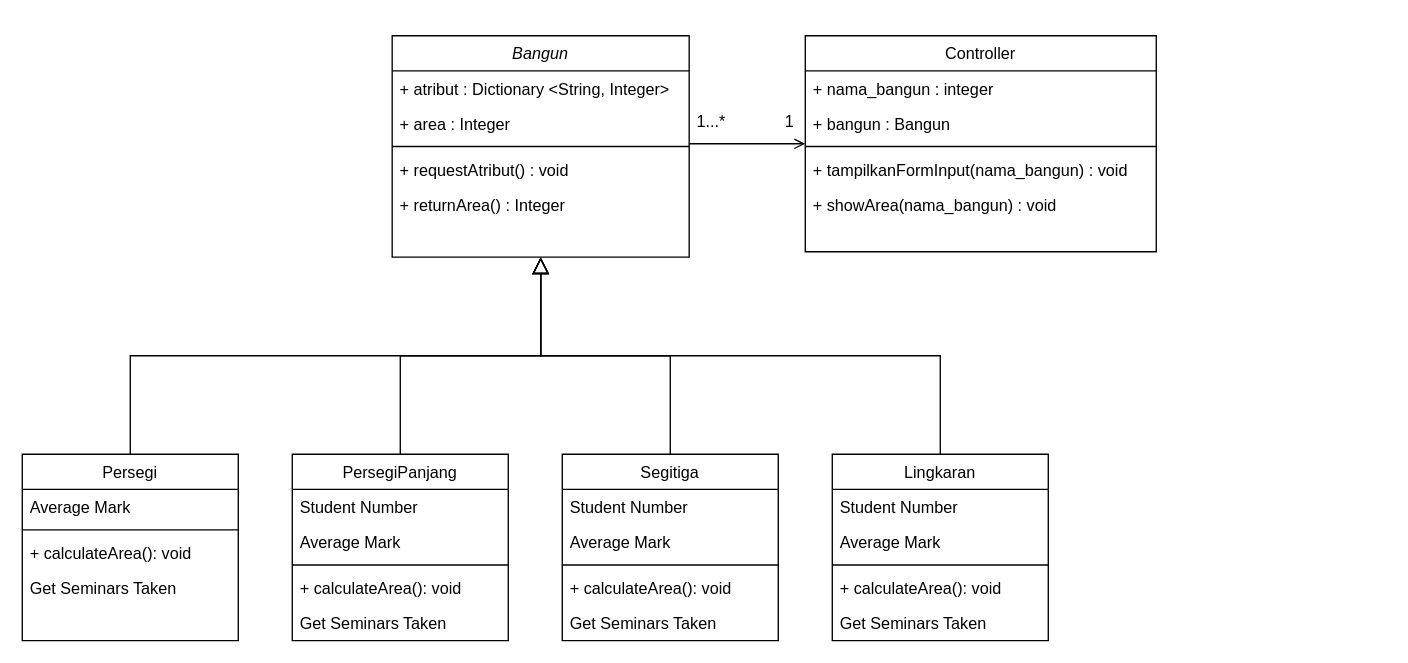
Above: APS_tugas5.drawio in ahmrh/diagrams.net (draw.io), before the change. Source tidied: cells renumbered, new cells numbered last; positions are measured from the earlier drawing's top-left corner, leaving out a move shared by most shapes. Both pictures are drawn from the tidied source at 135%, with x=0, y=0 at pixel (22, 35).
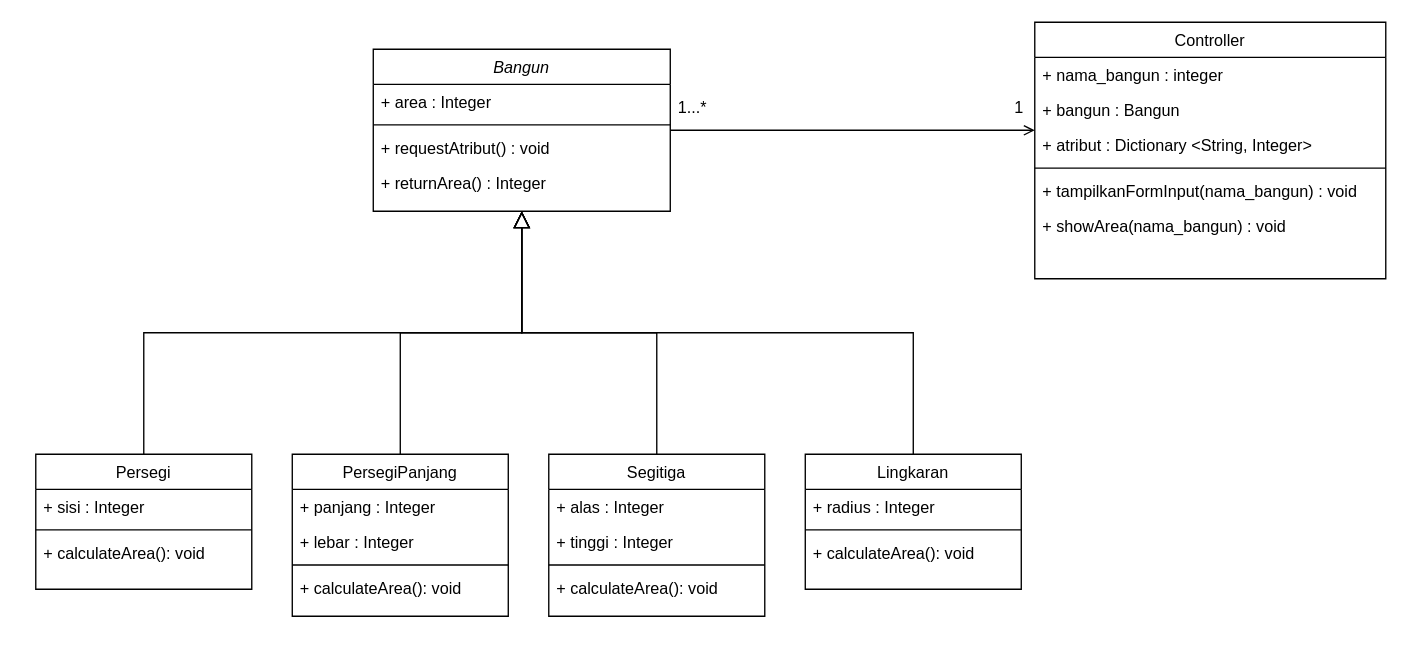
After the change.

The edit, as a diff of the source:
```diff
@@
     <mxCell id="2" value="PersegiPanjang" style="swimlane;fontStyle=0;align=center;verticalAlign=top;horizontal=1;startSize=26;rounded=0;shadow=0;strokeWidth=1;" parent="1" vertex="1">
-      <mxGeometry x="200" y="310" width="160" height="138" as="geometry" />
+      <mxGeometry x="200" y="310" width="160" height="120" as="geometry" />
     </mxCell>
+    <mxCell id="44" value="+ panjang : Integer" style="text;align=left;verticalAlign=top;spacingLeft=4;spacingRight=4;overflow=hidden;" parent="2" vertex="1">
+      <mxGeometry y="26" width="160" height="26" as="geometry" />
+    </mxCell>
-    <mxCell id="3" value="Student Number" style="text;align=left;verticalAlign=top;spacingLeft=4;spacingRight=4;overflow=hidden;" parent="2" vertex="1">
-      <mxGeometry y="26" width="160" height="26" as="geometry" />
+    <mxCell id="3" value="+ lebar : Integer" style="text;align=left;verticalAlign=top;spacingLeft=4;spacingRight=4;overflow=hidden;" parent="2" vertex="1">
+      <mxGeometry y="52" width="160" height="26" as="geometry" />
     </mxCell>
-    <mxCell id="4" value="Average Mark" style="text;align=left;verticalAlign=top;spacingLeft=4;spacingRight=4;overflow=hidden;rounded=0;shadow=0;html=0;" parent="2" vertex="1">
-      <mxGeometry y="52" width="160" height="26" as="geometry" />
-    </mxCell>
@@
-    <mxCell id="7" value="Get Seminars Taken" style="text;align=left;verticalAlign=top;spacingLeft=4;spacingRight=4;overflow=hidden;" parent="2" vertex="1">
-      <mxGeometry y="112" width="160" height="26" as="geometry" />
-    </mxCell>
@@
     <mxCell id="9" value="Controller" style="swimlane;fontStyle=0;align=center;verticalAlign=top;horizontal=1;startSize=26;rounded=0;shadow=0;strokeWidth=1;" parent="1" vertex="1">
-      <mxGeometry x="580" width="260" height="160" as="geometry" />
+      <mxGeometry x="750" y="-10" width="260" height="190" as="geometry" />
     </mxCell>
@@
+    <mxCell id="26" value="+ atribut : Dictionary &lt;String, Integer&gt;" style="text;align=left;verticalAlign=top;spacingLeft=4;spacingRight=4;overflow=hidden;rounded=0;shadow=0;html=0;" parent="9" vertex="1">
+      <mxGeometry y="78" width="260" height="26" as="geometry" />
+    </mxCell>
     <mxCell id="12" style="line;html=1;strokeWidth=1;align=left;verticalAlign=middle;spacingTop=-1;spacingLeft=3;spacingRight=3;labelPosition=right;" parent="9" vertex="1">
-      <mxGeometry y="78" width="260" height="8" as="geometry" />
+      <mxGeometry y="104" width="260" height="8" as="geometry" />
     </mxCell>
     <mxCell id="13" value="+ tampilkanFormInput(nama_bangun) : void" style="text;align=left;verticalAlign=top;spacingLeft=4;spacingRight=4;overflow=hidden;" parent="9" vertex="1">
-      <mxGeometry y="86" width="260" height="26" as="geometry" />
+      <mxGeometry y="112" width="260" height="26" as="geometry" />
     </mxCell>
     <mxCell id="14" value="+ showArea(nama_bangun) : void" style="text;align=left;verticalAlign=top;spacingLeft=4;spacingRight=4;overflow=hidden;" parent="9" vertex="1">
-      <mxGeometry y="112" width="260" height="26" as="geometry" />
+      <mxGeometry y="138" width="260" height="26" as="geometry" />
     </mxCell>
@@
     <mxCell id="18" value="Segitiga" style="swimlane;fontStyle=0;align=center;verticalAlign=top;horizontal=1;startSize=26;rounded=0;shadow=0;strokeWidth=1;" parent="1" vertex="1">
-      <mxGeometry x="400" y="310" width="160" height="138" as="geometry" />
+      <mxGeometry x="390" y="310" width="160" height="120" as="geometry" />
     </mxCell>
-    <mxCell id="19" value="Student Number" style="text;align=left;verticalAlign=top;spacingLeft=4;spacingRight=4;overflow=hidden;" parent="18" vertex="1">
+    <mxCell id="19" value="+ alas : Integer" style="text;align=left;verticalAlign=top;spacingLeft=4;spacingRight=4;overflow=hidden;" parent="18" vertex="1">
       <mxGeometry y="26" width="160" height="26" as="geometry" />
     </mxCell>
-    <mxCell id="20" value="Average Mark" style="text;align=left;verticalAlign=top;spacingLeft=4;spacingRight=4;overflow=hidden;rounded=0;shadow=0;html=0;" parent="18" vertex="1">
-      <mxGeometry y="52" width="160" height="26" as="geometry" />
-    </mxCell>
+    <mxCell id="45" value="+ tinggi : Integer" style="text;align=left;verticalAlign=top;spacingLeft=4;spacingRight=4;overflow=hidden;" parent="18" vertex="1">
+      <mxGeometry y="52" width="160" height="26" as="geometry" />
+    </mxCell>
@@
-    <mxCell id="23" value="Get Seminars Taken" style="text;align=left;verticalAlign=top;spacingLeft=4;spacingRight=4;overflow=hidden;" parent="18" vertex="1">
-      <mxGeometry y="112" width="160" height="26" as="geometry" />
-    </mxCell>
@@
     <mxCell id="25" value="Bangun" style="swimlane;fontStyle=2;align=center;verticalAlign=top;horizontal=1;startSize=26;rounded=0;shadow=0;strokeWidth=1;" parent="1" vertex="1">
-      <mxGeometry x="274" width="220" height="164" as="geometry" />
+      <mxGeometry x="260" y="10" width="220" height="120" as="geometry" />
     </mxCell>
-    <mxCell id="26" value="+ atribut : Dictionary &lt;String, Integer&gt;" style="text;align=left;verticalAlign=top;spacingLeft=4;spacingRight=4;overflow=hidden;" parent="25" vertex="1">
-      <mxGeometry y="26" width="220" height="26" as="geometry" />
-    </mxCell>
     <mxCell id="27" value="+ area : Integer" style="text;align=left;verticalAlign=top;spacingLeft=4;spacingRight=4;overflow=hidden;" parent="25" vertex="1">
-      <mxGeometry y="52" width="220" height="26" as="geometry" />
+      <mxGeometry y="26" width="220" height="26" as="geometry" />
     </mxCell>
     <mxCell id="28" style="line;html=1;strokeWidth=1;align=left;verticalAlign=middle;spacingTop=-1;spacingLeft=3;spacingRight=3;labelPosition=right;" parent="25" vertex="1">
-      <mxGeometry y="78" width="220" height="8" as="geometry" />
+      <mxGeometry y="52" width="220" height="8" as="geometry" />
     </mxCell>
     <mxCell id="29" value="+ requestAtribut() : void" style="text;align=left;verticalAlign=top;spacingLeft=4;spacingRight=4;overflow=hidden;" parent="25" vertex="1">
-      <mxGeometry y="86" width="220" height="26" as="geometry" />
+      <mxGeometry y="60" width="220" height="26" as="geometry" />
     </mxCell>
     <mxCell id="30" value="+ returnArea() : Integer" style="text;align=left;verticalAlign=top;spacingLeft=4;spacingRight=4;overflow=hidden;" parent="25" vertex="1">
-      <mxGeometry y="112" width="220" height="26" as="geometry" />
+      <mxGeometry y="86" width="220" height="26" as="geometry" />
     </mxCell>
     <mxCell id="31" value="Persegi" style="swimlane;fontStyle=0;align=center;verticalAlign=top;horizontal=1;startSize=26;rounded=0;shadow=0;strokeWidth=1;" parent="1" vertex="1">
-      <mxGeometry y="310" width="160" height="138" as="geometry" />
+      <mxGeometry x="10" y="310" width="160" height="100" as="geometry" />
     </mxCell>
-    <mxCell id="32" value="Average Mark" style="text;align=left;verticalAlign=top;spacingLeft=4;spacingRight=4;overflow=hidden;rounded=0;shadow=0;html=0;" parent="31" vertex="1">
-      <mxGeometry y="26" width="160" height="26" as="geometry" />
-    </mxCell>
+    <mxCell id="46" value="+ sisi : Integer" style="text;align=left;verticalAlign=top;spacingLeft=4;spacingRight=4;overflow=hidden;rounded=0;shadow=0;html=0;" parent="31" vertex="1">
+      <mxGeometry y="26" width="160" height="26" as="geometry" />
+    </mxCell>
@@
-    <mxCell id="35" value="Get Seminars Taken" style="text;align=left;verticalAlign=top;spacingLeft=4;spacingRight=4;overflow=hidden;" parent="31" vertex="1">
-      <mxGeometry y="86" width="160" height="26" as="geometry" />
-    </mxCell>
     <mxCell id="36" value="Lingkaran" style="swimlane;fontStyle=0;align=center;verticalAlign=top;horizontal=1;startSize=26;rounded=0;shadow=0;strokeWidth=1;" parent="1" vertex="1">
-      <mxGeometry x="600" y="310" width="160" height="138" as="geometry" />
+      <mxGeometry x="580" y="310" width="160" height="100" as="geometry" />
     </mxCell>
-    <mxCell id="37" value="Student Number" style="text;align=left;verticalAlign=top;spacingLeft=4;spacingRight=4;overflow=hidden;" parent="36" vertex="1">
+    <mxCell id="37" value="+ radius : Integer" style="text;align=left;verticalAlign=top;spacingLeft=4;spacingRight=4;overflow=hidden;" parent="36" vertex="1">
       <mxGeometry y="26" width="160" height="26" as="geometry" />
     </mxCell>
-    <mxCell id="38" value="Average Mark" style="text;align=left;verticalAlign=top;spacingLeft=4;spacingRight=4;overflow=hidden;rounded=0;shadow=0;html=0;" parent="36" vertex="1">
-      <mxGeometry y="52" width="160" height="26" as="geometry" />
-    </mxCell>
     <mxCell id="39" style="line;html=1;strokeWidth=1;align=left;verticalAlign=middle;spacingTop=-1;spacingLeft=3;spacingRight=3;labelPosition=right;" parent="36" vertex="1">
-      <mxGeometry y="78" width="160" height="8" as="geometry" />
+      <mxGeometry y="52" width="160" height="8" as="geometry" />
     </mxCell>
     <mxCell id="40" value="+ calculateArea(): void" style="text;align=left;verticalAlign=top;spacingLeft=4;spacingRight=4;overflow=hidden;fontStyle=0;" parent="36" vertex="1">
-      <mxGeometry y="86" width="160" height="26" as="geometry" />
+      <mxGeometry y="60" width="160" height="26" as="geometry" />
     </mxCell>
-    <mxCell id="41" value="Get Seminars Taken" style="text;align=left;verticalAlign=top;spacingLeft=4;spacingRight=4;overflow=hidden;" parent="36" vertex="1">
-      <mxGeometry y="112" width="160" height="26" as="geometry" />
-    </mxCell>
```
